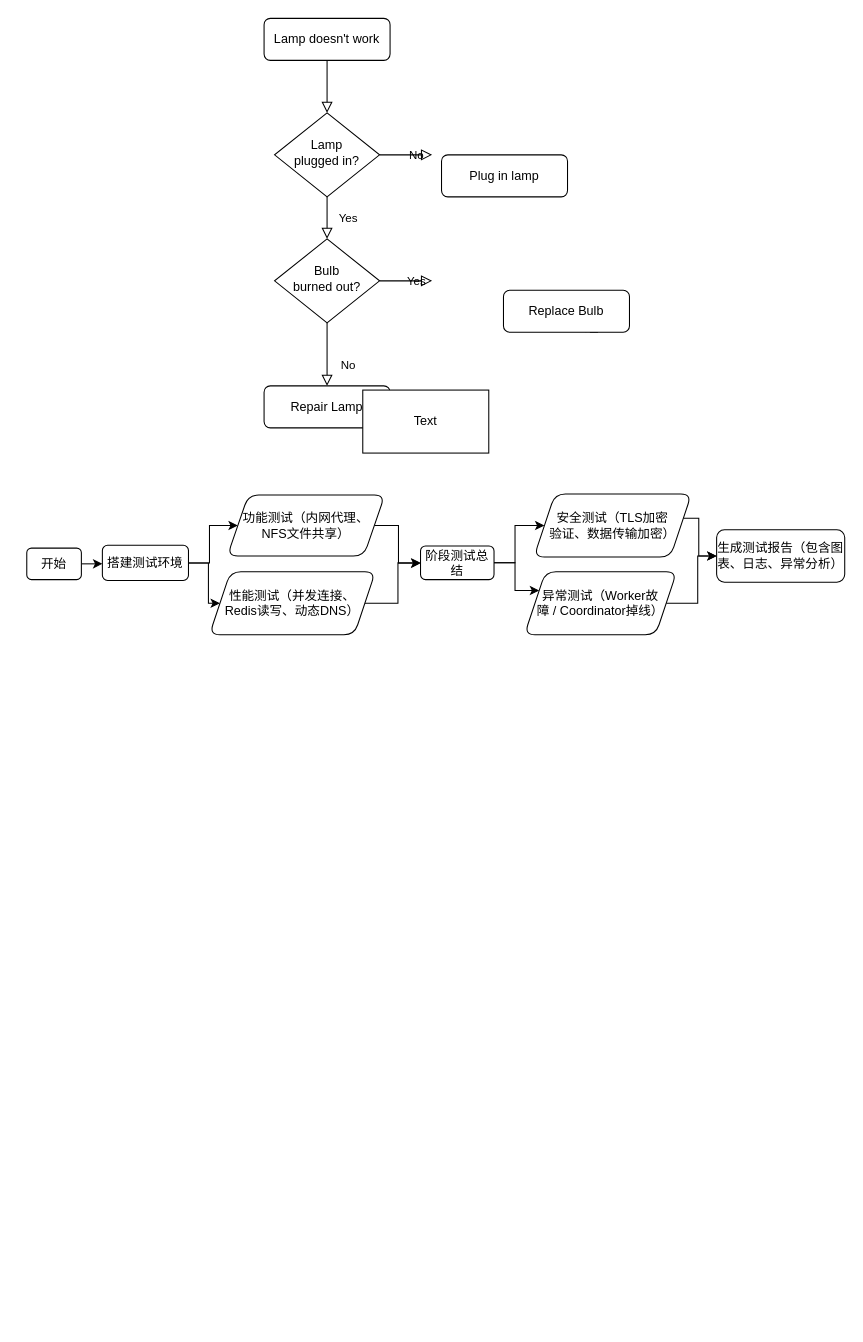
This is source/未命名绘图.drawio from PUBGprofessor/GameTools, a draw.io file, before an edit. Source tidied: cells renumbered, new cells numbered last; positions are measured from the earlier drawing's top-left corner, leaving out a move shared by most shapes. Both pictures are drawn from the tidied source at 105%, with x=0, y=0 at pixel (26, 18).
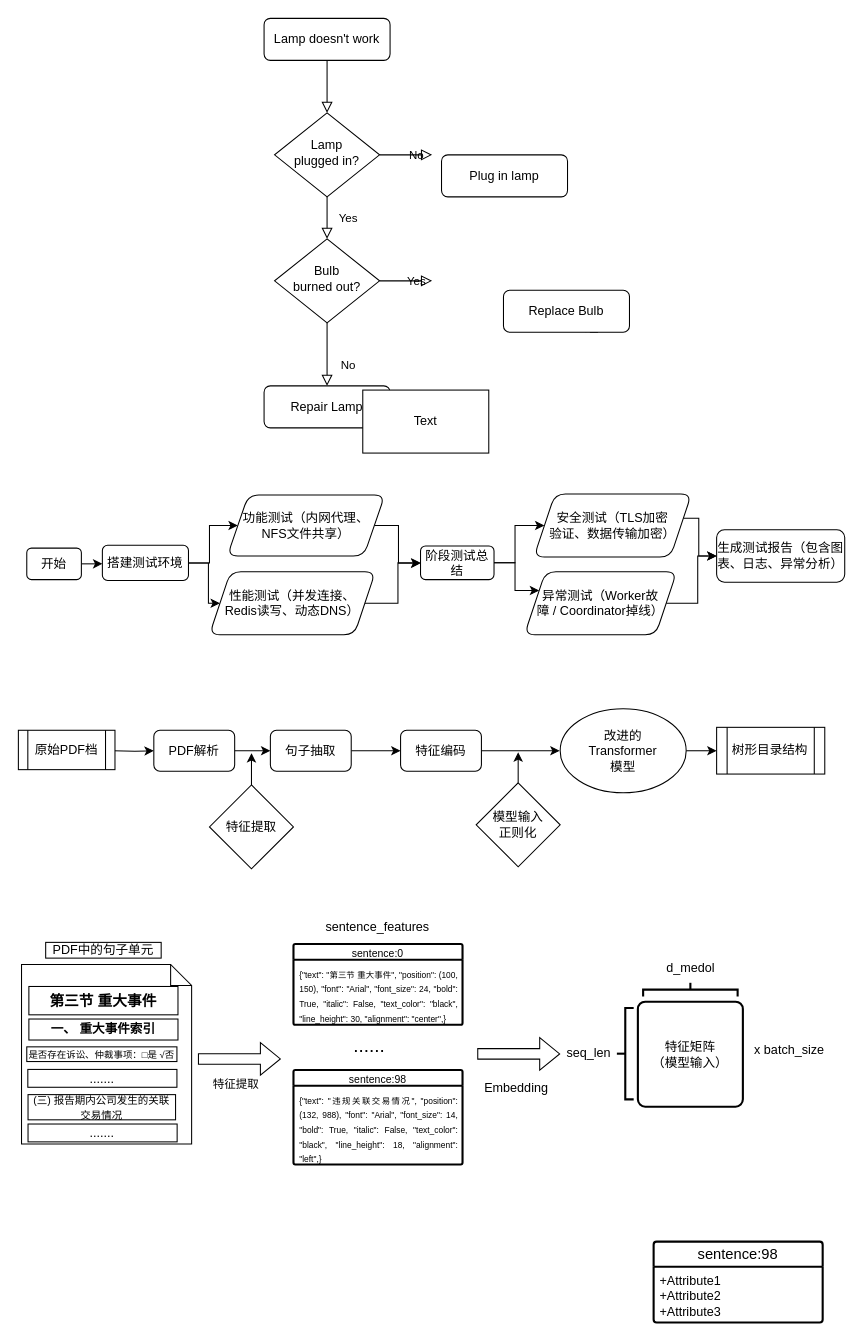
After the change.

Commit message:
更新未命名绘图.drawio

Diff of the diagram source:
```diff
@@
+    <mxCell id="33" style="edgeStyle=orthogonalEdgeStyle;rounded=0;jettySize=auto;html=1;" parent="1" edge="1" target="35">
+      <mxGeometry relative="1" as="geometry">
+        <mxPoint x="82" y="697.5" as="sourcePoint" />
+      </mxGeometry>
+    </mxCell>
+    <mxCell id="34" style="edgeStyle=orthogonalEdgeStyle;rounded=0;jettySize=auto;html=1;" parent="1" edge="1" source="35" target="37">
+      <mxGeometry relative="1" as="geometry" />
+    </mxCell>
+    <mxCell id="35" value="PDF解析" style="rounded=1;whiteSpace=wrap;html=1;" parent="1" vertex="1">
+      <mxGeometry x="121" y="678" width="77" height="39" as="geometry" />
+    </mxCell>
+    <mxCell id="36" style="edgeStyle=orthogonalEdgeStyle;rounded=0;jettySize=auto;html=1;" parent="1" edge="1" source="37" target="39">
+      <mxGeometry relative="1" as="geometry" />
+    </mxCell>
+    <mxCell id="37" value="句子抽取" style="rounded=1;whiteSpace=wrap;html=1;" parent="1" vertex="1">
+      <mxGeometry x="232" y="678" width="77" height="39" as="geometry" />
+    </mxCell>
+    <mxCell id="38" style="edgeStyle=orthogonalEdgeStyle;rounded=0;jettySize=auto;html=1;" parent="1" edge="1" source="39">
+      <mxGeometry relative="1" as="geometry">
+        <mxPoint x="507.5" y="697.5" as="targetPoint" />
+      </mxGeometry>
+    </mxCell>
+    <mxCell id="39" value="特征编码" style="rounded=1;whiteSpace=wrap;html=1;" parent="1" vertex="1">
+      <mxGeometry x="356" y="678" width="77" height="39" as="geometry" />
+    </mxCell>
+    <mxCell id="40" style="edgeStyle=orthogonalEdgeStyle;rounded=0;jettySize=auto;html=1;" parent="1" edge="1" source="41" target="46">
+      <mxGeometry relative="1" as="geometry" />
+    </mxCell>
+    <mxCell id="41" value="改进的&lt;div&gt;Transformer&lt;/div&gt;&lt;div&gt;模型&lt;/div&gt;" style="ellipse;whiteSpace=wrap;html=1;" parent="1" vertex="1">
+      <mxGeometry x="508" y="657.5" width="120" height="80" as="geometry" />
+    </mxCell>
+    <mxCell id="42" style="edgeStyle=orthogonalEdgeStyle;rounded=0;jettySize=auto;html=1;" parent="1" edge="1" source="43">
+      <mxGeometry relative="1" as="geometry">
+        <mxPoint x="214" y="699.8" as="targetPoint" />
+      </mxGeometry>
+    </mxCell>
+    <mxCell id="43" value="特征提取" style="rhombus;whiteSpace=wrap;html=1;" parent="1" vertex="1">
+      <mxGeometry x="174" y="730" width="80" height="80" as="geometry" />
+    </mxCell>
+    <mxCell id="44" style="edgeStyle=orthogonalEdgeStyle;rounded=0;jettySize=auto;html=1;" parent="1" edge="1" source="45">
+      <mxGeometry relative="1" as="geometry">
+        <mxPoint x="468" y="699" as="targetPoint" />
+      </mxGeometry>
+    </mxCell>
+    <mxCell id="45" value="模型输入&lt;div&gt;正则化&lt;/div&gt;" style="rhombus;whiteSpace=wrap;html=1;" parent="1" vertex="1">
+      <mxGeometry x="428" y="728" width="80" height="80" as="geometry" />
+    </mxCell>
+    <mxCell id="46" value="树形目录结构" style="shape=process;whiteSpace=wrap;html=1;backgroundOutline=1;" parent="1" vertex="1">
+      <mxGeometry x="657" y="675.2" width="103" height="44.5" as="geometry" />
+    </mxCell>
+    <mxCell id="47" value="原始PDF档" style="shape=process;whiteSpace=wrap;html=1;backgroundOutline=1;" parent="1" vertex="1">
+      <mxGeometry x="-8" y="678" width="92" height="37.5" as="geometry" />
+    </mxCell>
+    <mxCell id="48" style="shape=note;size=20;whiteSpace=wrap;html=1;align=left;" parent="1" vertex="1">
+      <mxGeometry x="-5" y="901" width="162" height="171" as="geometry" />
+    </mxCell>
+    <mxCell id="49" value="PDF中的句子单元" style="whiteSpace=wrap;html=1;align=center;" parent="1" vertex="1">
+      <mxGeometry x="18" y="880" width="110" height="15" as="geometry" />
+    </mxCell>
+    <mxCell id="50" value="&lt;b&gt;&lt;font style=&quot;font-size: 14px;&quot;&gt;第三节 重大事件 &lt;/font&gt;&lt;/b&gt;" style="whiteSpace=wrap;html=1;align=center;" parent="1" vertex="1">
+      <mxGeometry x="2" y="922" width="142" height="27" as="geometry" />
+    </mxCell>
+    <mxCell id="51" value="&lt;b&gt;一、 重大事件索引 &lt;/b&gt;" style="whiteSpace=wrap;html=1;align=center;" parent="1" vertex="1">
+      <mxGeometry x="2" y="953" width="142" height="20" as="geometry" />
+    </mxCell>
+    <mxCell id="52" value="......." style="whiteSpace=wrap;html=1;align=center;" parent="1" vertex="1">
+      <mxGeometry x="1" y="1001" width="142" height="17" as="geometry" />
+    </mxCell>
+    <mxCell id="53" value="&lt;font style=&quot;font-size: 9px;&quot;&gt;是否存在诉讼、仲裁事项：□是 √否  &lt;/font&gt;" style="whiteSpace=wrap;html=1;align=center;" parent="1" vertex="1">
+      <mxGeometry y="979.5" width="143" height="14" as="geometry" />
+    </mxCell>
+    <mxCell id="54" value="&lt;font style=&quot;font-size: 10px;&quot;&gt;(三) 报告期内公司发生的关联交易情况 &lt;/font&gt;" style="whiteSpace=wrap;html=1;align=center;" parent="1" vertex="1">
+      <mxGeometry x="1.2" y="1025" width="140.5" height="24" as="geometry" />
+    </mxCell>
+    <mxCell id="55" value="......." style="whiteSpace=wrap;html=1;align=center;" parent="1" vertex="1">
+      <mxGeometry x="1.2" y="1053" width="142" height="17" as="geometry" />
+    </mxCell>
+    <mxCell id="56" style="edgeStyle=orthogonalEdgeStyle;rounded=0;orthogonalLoop=1;jettySize=auto;html=1;exitX=0.5;exitY=1;exitDx=0;exitDy=0;" parent="1" edge="1" source="53" target="53">
+      <mxGeometry relative="1" as="geometry" />
+    </mxCell>
+    <mxCell id="57" style="shape=flexArrow;endArrow=classic;html=1;rounded=0;" parent="1" edge="1">
+      <mxGeometry relative="1" as="geometry">
+        <mxPoint x="163" y="991" as="sourcePoint" />
+        <mxPoint x="242" y="991" as="targetPoint" />
+      </mxGeometry>
+    </mxCell>
+    <mxCell id="58" value="特征提取" style="edgeLabel;html=1;align=center;verticalAlign=middle;" parent="57" vertex="1">
+      <mxGeometry x="0.01" y="3" relative="1" as="geometry">
+        <mxPoint x="-5" y="26" as="offset" />
+      </mxGeometry>
+    </mxCell>
+    <mxCell id="59" value="&lt;font style=&quot;font-size: 10px;&quot;&gt;sentence:0&lt;/font&gt;" style="swimlane;horizontal=1;startSize=15;rounded=1;fontSize=14;fontStyle=0;strokeWidth=2;shadow=0;dashed=0;align=center;arcSize=4;whiteSpace=wrap;html=1;" parent="1" vertex="1">
+      <mxGeometry x="254" y="881.5" width="161" height="77" as="geometry" />
+    </mxCell>
+    <mxCell id="60" value="&lt;div style=&quot;line-height: 100%;&quot;&gt;&lt;div style=&quot;text-align: justify;&quot;&gt;&lt;span style=&quot;font-size: 8px; background-color: transparent; color: light-dark(rgb(0, 0, 0), rgb(255, 255, 255)); text-align: left; line-height: 100%;&quot;&gt;{&lt;/span&gt;&lt;span style=&quot;background-color: transparent; color: light-dark(rgb(0, 0, 0), rgb(255, 255, 255)); text-align: left; line-height: 100%;&quot;&gt;&lt;span style=&quot;font-size: 8px;&quot;&gt;&quot;text&quot;: &quot;&lt;/span&gt;&lt;span style=&quot;text-align: center;&quot;&gt;&lt;font style=&quot;font-size: 8px;&quot;&gt;第三节 重大事件&lt;/font&gt;&lt;/span&gt;&lt;span style=&quot;font-size: 8px;&quot;&gt;&quot;, &quot;position&quot;: (100, 150), &quot;font&quot;: &quot;Arial&quot;, &quot;font_size&quot;: 24, &quot;bold&quot;: True, &quot;italic&quot;: False, &quot;text_color&quot;: &quot;black&quot;, &quot;line_height&quot;: 30, &quot;alignment&quot;: &quot;center&quot;,}&lt;/span&gt;&lt;/span&gt;&lt;/div&gt;&lt;p&gt;&lt;/p&gt;&lt;/div&gt;" style="align=left;strokeColor=none;fillColor=none;spacingLeft=4;spacingRight=4;fontSize=12;verticalAlign=top;html=1;whiteSpace=wrap;" parent="59" vertex="1">
+      <mxGeometry y="15" width="161" height="62" as="geometry" />
+    </mxCell>
+    <mxCell id="61" value="&lt;font style=&quot;font-size: 18px;&quot;&gt;......&lt;/font&gt;" style="text;html=1;align=center;verticalAlign=middle;strokeColor=none;fillColor=none;" parent="1" vertex="1">
+      <mxGeometry x="302" y="962" width="48" height="34" as="geometry" />
+    </mxCell>
+    <mxCell id="62" value="sentence:98" style="swimlane;horizontal=1;startSize=24;rounded=1;fontSize=14;fontStyle=0;strokeWidth=2;shadow=0;dashed=0;align=center;arcSize=4;whiteSpace=wrap;html=1;" parent="1" vertex="1">
+      <mxGeometry x="597" y="1165" width="161" height="77" as="geometry" />
+    </mxCell>
+    <mxCell id="63" value="+Attribute1&#10;+Attribute2&#10;+Attribute3" style="align=left;strokeColor=none;fillColor=none;spacingLeft=4;spacingRight=4;fontSize=12;verticalAlign=top;html=1;whiteSpace=wrap;" parent="62" vertex="1">
+      <mxGeometry y="24" width="161" height="53" as="geometry" />
+    </mxCell>
+    <mxCell id="64" value="&lt;font style=&quot;font-size: 10px;&quot;&gt;sentence:98&lt;/font&gt;" style="swimlane;horizontal=1;startSize=15;rounded=1;fontSize=14;fontStyle=0;strokeWidth=2;shadow=0;dashed=0;align=center;arcSize=4;whiteSpace=wrap;html=1;" parent="1" vertex="1">
+      <mxGeometry x="254" y="1001.5" width="161" height="90" as="geometry" />
+    </mxCell>
+    <mxCell id="65" value="&lt;div style=&quot;line-height: 100%;&quot;&gt;&lt;div style=&quot;text-align: justify;&quot;&gt;&lt;span style=&quot;font-size: 8px; background-color: transparent; color: light-dark(rgb(0, 0, 0), rgb(255, 255, 255)); text-align: left; line-height: 100%;&quot;&gt;{&lt;/span&gt;&lt;span style=&quot;background-color: transparent; color: light-dark(rgb(0, 0, 0), rgb(255, 255, 255)); text-align: left; line-height: 100%;&quot;&gt;&lt;span style=&quot;font-size: 8px;&quot;&gt;&quot;text&quot;:&lt;/span&gt;&lt;font style=&quot;font-size: 8px;&quot;&gt; &quot;违规关联交易情况&lt;/font&gt;&lt;span style=&quot;font-size: 8px;&quot;&gt;&quot;, &quot;position&quot;: (132, 988), &quot;font&quot;: &quot;Arial&quot;, &quot;font_size&quot;: 14, &quot;bold&quot;: True, &quot;italic&quot;: False, &quot;text_color&quot;: &quot;black&quot;, &quot;line_height&quot;: 18, &quot;alignment&quot;: &quot;left&quot;,}&lt;/span&gt;&lt;/span&gt;&lt;/div&gt;&lt;p&gt;&lt;/p&gt;&lt;/div&gt;" style="align=left;strokeColor=none;fillColor=none;spacingLeft=4;spacingRight=4;fontSize=12;verticalAlign=top;html=1;whiteSpace=wrap;" parent="64" vertex="1">
+      <mxGeometry y="15" width="161" height="75" as="geometry" />
+    </mxCell>
+    <mxCell id="66" style="shape=flexArrow;endArrow=classic;html=1;rounded=0;" parent="1" edge="1">
+      <mxGeometry relative="1" as="geometry">
+        <mxPoint x="429" y="986.2" as="sourcePoint" />
+        <mxPoint x="508" y="986.2" as="targetPoint" />
+      </mxGeometry>
+    </mxCell>
+    <mxCell id="67" value="&lt;div style=&quot;color: rgb(212, 212, 212); background-color: rgb(30, 30, 30); font-family: Consolas, &amp;quot;Courier New&amp;quot;, monospace; font-size: 14px; line-height: 19px; white-space-collapse: preserve;&quot;&gt;&lt;br&gt;&lt;/div&gt;" style="edgeLabel;html=1;align=center;verticalAlign=middle;" parent="66" vertex="1">
+      <mxGeometry x="0.01" y="3" relative="1" as="geometry">
+        <mxPoint x="-5" y="26" as="offset" />
+      </mxGeometry>
+    </mxCell>
+    <mxCell id="68" value="Embedding" style="text;html=1;align=center;verticalAlign=middle;strokeColor=none;fillColor=none;" parent="1" vertex="1">
+      <mxGeometry x="426" y="1006" width="79" height="26" as="geometry" />
+    </mxCell>
+    <mxCell id="69" value="sentence_features" style="text;whiteSpace=wrap;" parent="1" vertex="1">
+      <mxGeometry x="283" y="852" width="127" height="36" as="geometry" />
+    </mxCell>
+    <mxCell id="70" value="特征矩阵&lt;br&gt;（模型输入）" style="rounded=1;whiteSpace=wrap;html=1;absoluteArcSize=1;arcSize=14;strokeWidth=2;" parent="1" vertex="1">
+      <mxGeometry x="582" y="936.5" width="100" height="100" as="geometry" />
+    </mxCell>
+    <mxCell id="71" style="strokeWidth=2;html=1;shape=mxgraph.flowchart.annotation_2;align=left;labelPosition=right;" parent="1" vertex="1">
+      <mxGeometry x="562" y="942.5" width="16" height="87" as="geometry" />
+    </mxCell>
+    <mxCell id="72" value="seq_len" style="text;html=1;align=center;verticalAlign=middle;strokeColor=none;fillColor=none;" parent="1" vertex="1">
+      <mxGeometry x="505" y="973" width="60" height="26" as="geometry" />
+    </mxCell>
+    <mxCell id="73" style="strokeWidth=2;html=1;shape=mxgraph.flowchart.annotation_2;align=left;labelPosition=right;rotation=90;" parent="1" vertex="1">
+      <mxGeometry x="625.5" y="880" width="13" height="90" as="geometry" />
+    </mxCell>
+    <mxCell id="74" value="d_medol" style="text;html=1;align=center;verticalAlign=middle;strokeColor=none;fillColor=none;" parent="1" vertex="1">
+      <mxGeometry x="600" y="892" width="64" height="26" as="geometry" />
+    </mxCell>
+    <mxCell id="75" value="x batch_size" style="text;html=1;align=center;verticalAlign=middle;strokeColor=none;fillColor=none;" parent="1" vertex="1">
+      <mxGeometry x="683" y="970" width="85" height="26" as="geometry" />
+    </mxCell>
```
